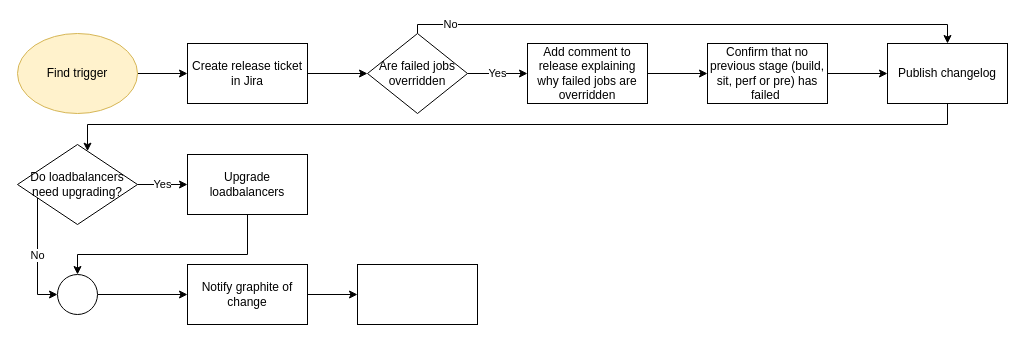
The draw.io diagram DeployPipeline.drawio in DelphicOkami/DrawIODiagrams, before the edit. Source tidied: cells renumbered, new cells numbered last; positions are measured from the earlier drawing's top-left corner, leaving out a move shared by most shapes. Both pictures are drawn from the tidied source at 100%, with x=0, y=0 at pixel (17, 24).
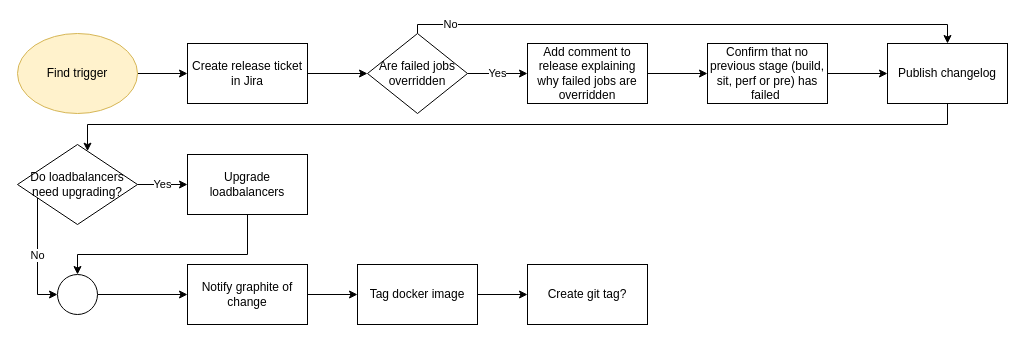
The same diagram, later.

The edit, as a diff of the source:
```diff
@@
+    <mxCell id="25" style="edgeStyle=orthogonalEdgeStyle;rounded=0;jettySize=auto;html=1;" parent="1" edge="1" source="24" target="26">
+      <mxGeometry relative="1" as="geometry" />
+    </mxCell>
-    <mxCell id="24" style="rounded=0;whiteSpace=wrap;html=1;" parent="1" vertex="1">
+    <mxCell id="24" value="Tag docker image" style="rounded=0;whiteSpace=wrap;html=1;" parent="1" vertex="1">
       <mxGeometry x="340" y="240" width="120" height="60" as="geometry" />
     </mxCell>
+    <mxCell id="26" value="Create git tag?&lt;br&gt;" style="rounded=0;whiteSpace=wrap;html=1;" parent="1" vertex="1">
+      <mxGeometry x="510" y="240" width="120" height="60" as="geometry" />
+    </mxCell>
```
